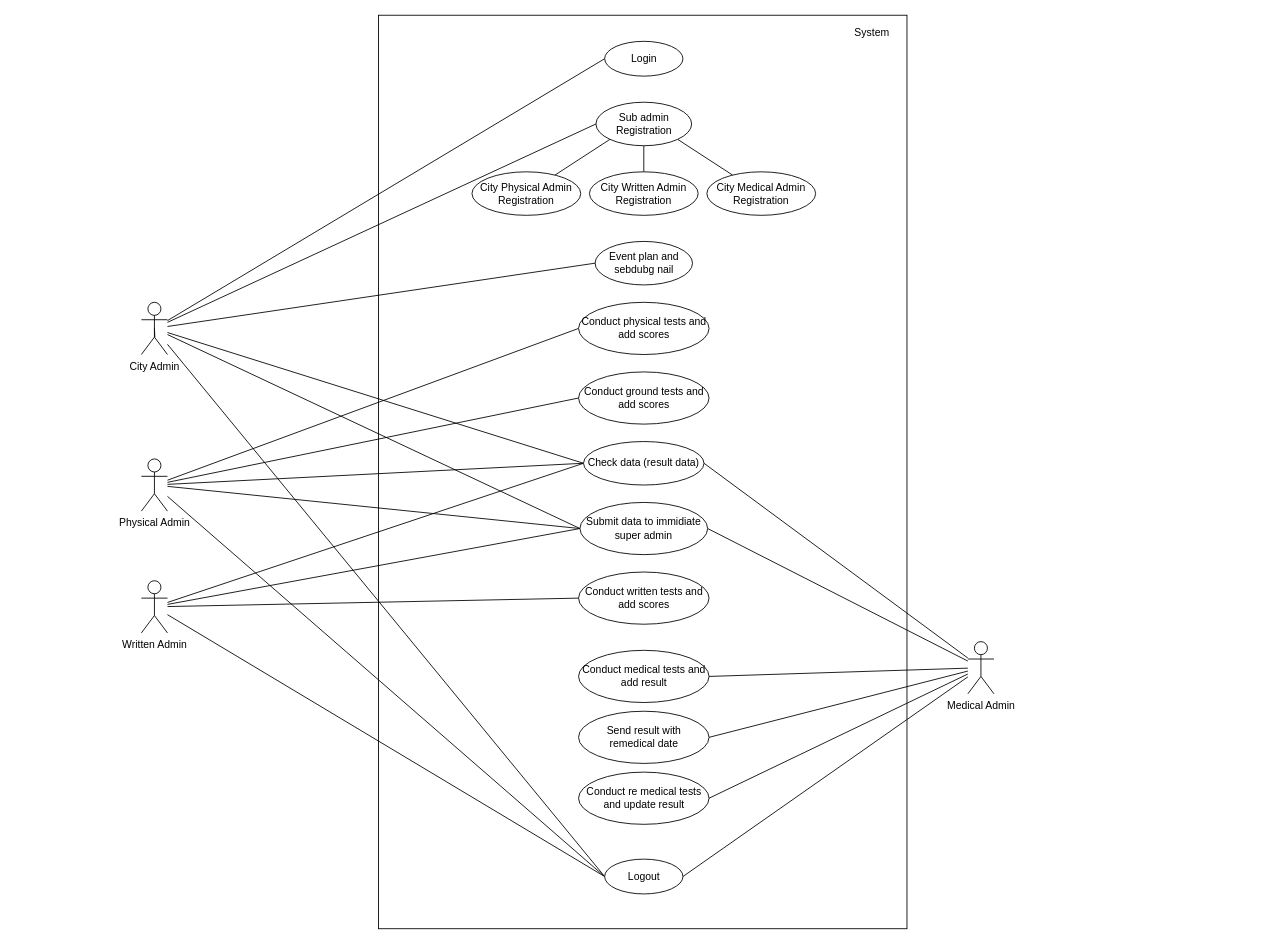
Before: Documentation/Diagrams/Raw/Use_Case.drawio in phoenix-295/Police_Bharti, a draw.io diagram. Source tidied: cells renumbered, new cells numbered last; positions are measured from the earlier drawing's top-left corner, leaving out a move shared by most shapes. Both pictures are drawn from the tidied source at 87%, with x=0, y=0 at pixel (141, 15).
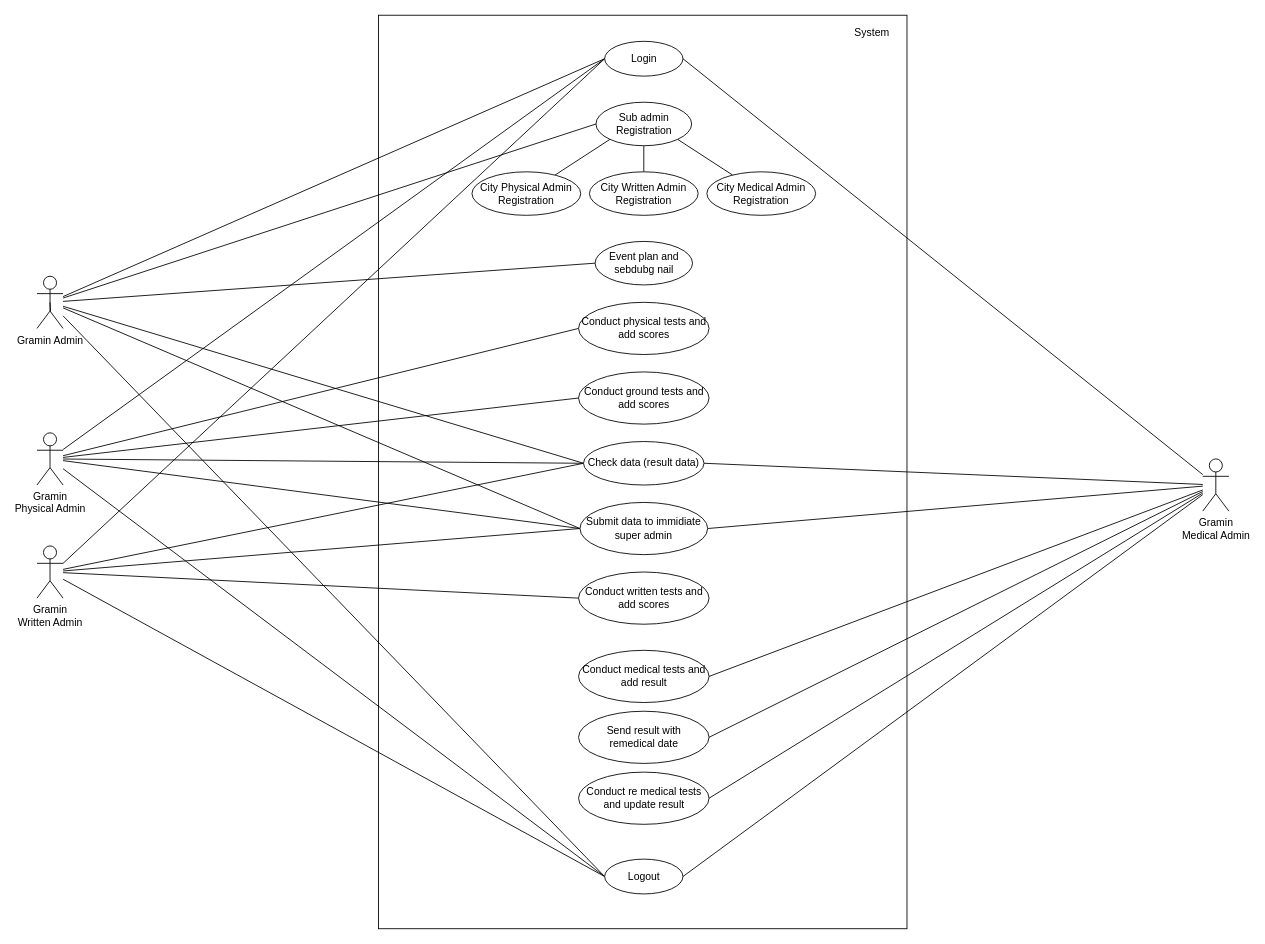
The same diagram, later.

Unchanged cells that the change refers to:
```xml
<mxCell id="5" value="Login" style="ellipse;whiteSpace=wrap;html=1;" parent="1" vertex="1">
  <mxGeometry x="532.5" y="30" width="90" height="40" as="geometry" />
</mxCell>
```

The edit, as a diff of the source:
```diff
@@
-    <mxCell id="4" value="City Admin" style="shape=umlActor;verticalLabelPosition=bottom;verticalAlign=top;html=1;outlineConnect=0;" parent="1" vertex="1">
-      <mxGeometry y="330" width="30" height="60" as="geometry" />
+    <mxCell id="4" value="Gramin Admin" style="shape=umlActor;verticalLabelPosition=bottom;verticalAlign=top;html=1;outlineConnect=0;" parent="1" vertex="1">
+      <mxGeometry x="-120" y="300" width="30" height="60" as="geometry" />
     </mxCell>
+    <mxCell id="48" style="edgeStyle=none;rounded=0;jettySize=auto;html=1;exitX=0;exitY=0.5;exitDx=0;exitDy=0;endArrow=none;endFill=0;" parent="1" edge="1" source="5" target="30">
+      <mxGeometry relative="1" as="geometry" />
+    </mxCell>
+    <mxCell id="49" style="edgeStyle=none;rounded=0;jettySize=auto;html=1;exitX=0;exitY=0.5;exitDx=0;exitDy=0;entryX=1;entryY=0.3333333333333333;entryDx=0;entryDy=0;entryPerimeter=0;endArrow=none;endFill=0;" parent="1" edge="1" source="5" target="46">
+      <mxGeometry relative="1" as="geometry" />
+    </mxCell>
+    <mxCell id="50" style="edgeStyle=none;rounded=0;jettySize=auto;html=1;exitX=1;exitY=0.5;exitDx=0;exitDy=0;endArrow=none;endFill=0;" parent="1" edge="1" source="5" target="47">
+      <mxGeometry relative="1" as="geometry" />
+    </mxCell>
@@
-    <mxCell id="30" value="Physical Admin" style="shape=umlActor;verticalLabelPosition=bottom;verticalAlign=top;html=1;outlineConnect=0;" parent="1" vertex="1">
-      <mxGeometry y="510" width="30" height="60" as="geometry" />
+    <mxCell id="30" value="Gramin&lt;br&gt;Physical Admin" style="shape=umlActor;verticalLabelPosition=bottom;verticalAlign=top;html=1;outlineConnect=0;" parent="1" vertex="1">
+      <mxGeometry x="-120" y="480" width="30" height="60" as="geometry" />
     </mxCell>
@@
-    <mxCell id="46" value="Written Admin" style="shape=umlActor;verticalLabelPosition=bottom;verticalAlign=top;html=1;outlineConnect=0;" parent="1" vertex="1">
-      <mxGeometry y="650" width="30" height="60" as="geometry" />
+    <mxCell id="46" value="Gramin&lt;br&gt;Written Admin" style="shape=umlActor;verticalLabelPosition=bottom;verticalAlign=top;html=1;outlineConnect=0;" parent="1" vertex="1">
+      <mxGeometry x="-120" y="610" width="30" height="60" as="geometry" />
     </mxCell>
-    <mxCell id="47" value="Medical Admin" style="shape=umlActor;verticalLabelPosition=bottom;verticalAlign=top;html=1;outlineConnect=0;" parent="1" vertex="1">
-      <mxGeometry x="950" y="720" width="30" height="60" as="geometry" />
+    <mxCell id="47" value="Gramin&lt;br&gt;Medical Admin" style="shape=umlActor;verticalLabelPosition=bottom;verticalAlign=top;html=1;outlineConnect=0;" parent="1" vertex="1">
+      <mxGeometry x="1220" y="510" width="30" height="60" as="geometry" />
     </mxCell>
```
